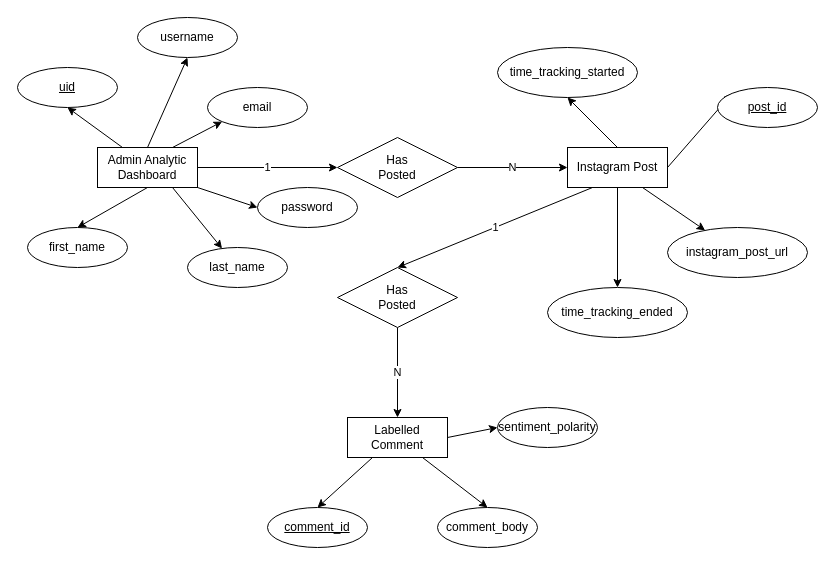
Above: database-challenge/ERD.drawio in desenfirman/lautan-natural-krimerindo (draw.io), before the change. Source tidied: cells renumbered, new cells numbered last; positions are measured from the earlier drawing's top-left corner, leaving out a move shared by most shapes. Both pictures are drawn from the tidied source at 100%, with x=0, y=0 at pixel (17, 17).
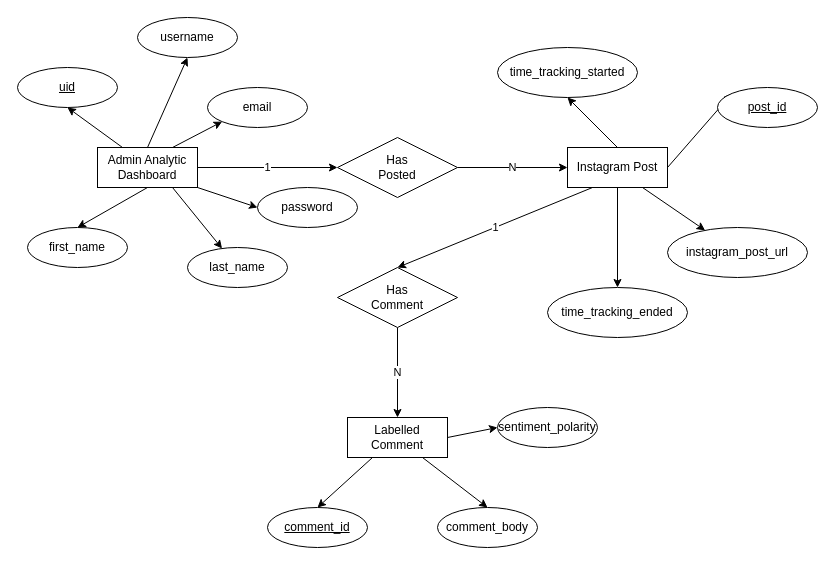
Above is the later version.

Change to the diagram source:
```diff
@@
-    <mxCell id="28" value="Has&lt;br&gt;Posted" style="shape=rhombus;perimeter=rhombusPerimeter;whiteSpace=wrap;html=1;align=center;" parent="1" vertex="1">
+    <mxCell id="28" value="Has&lt;br&gt;Comment" style="shape=rhombus;perimeter=rhombusPerimeter;whiteSpace=wrap;html=1;align=center;" parent="1" vertex="1">
       <mxGeometry x="320" y="250" width="120" height="60" as="geometry" />
     </mxCell>
```
